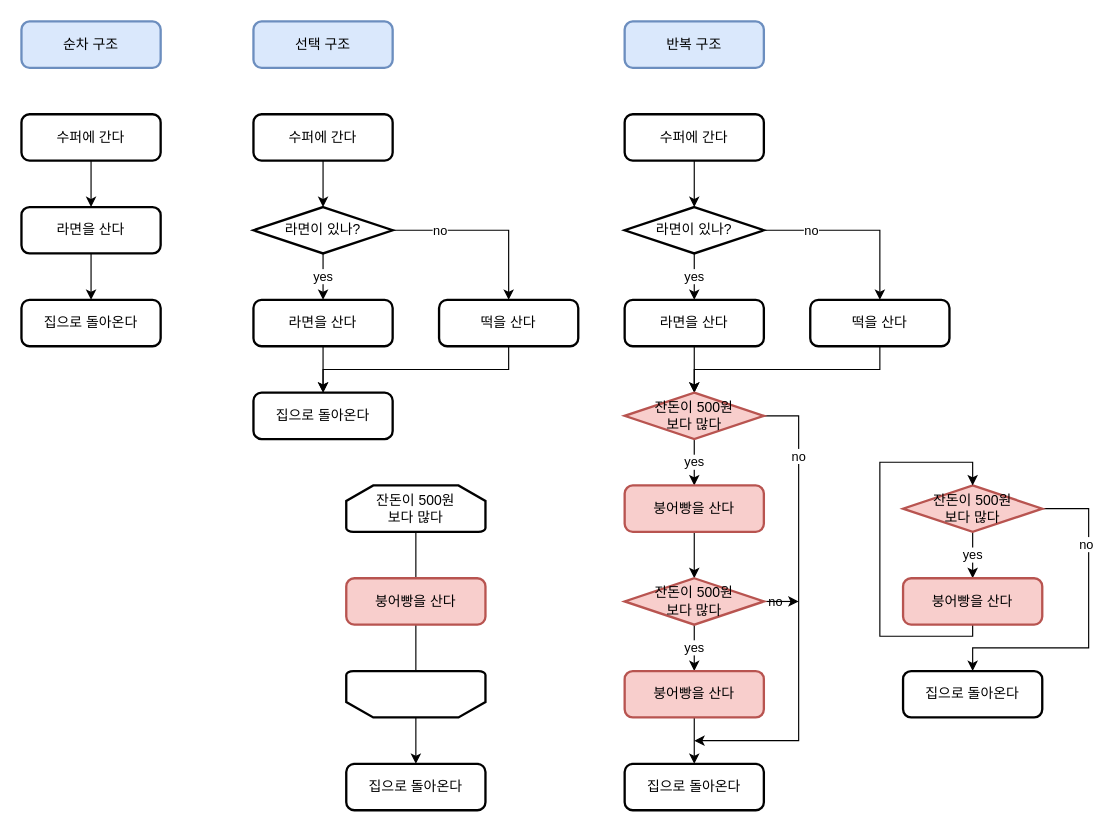
Earlier version of the draw.io diagram 순차선택반복.drawio (KimYunGyu2/ai). Source tidied: cells renumbered, new cells numbered last; positions are measured from the earlier drawing's top-left corner, leaving out a move shared by most shapes. Both pictures are drawn from the tidied source at 116%, with x=0, y=0 at pixel (21, 21).
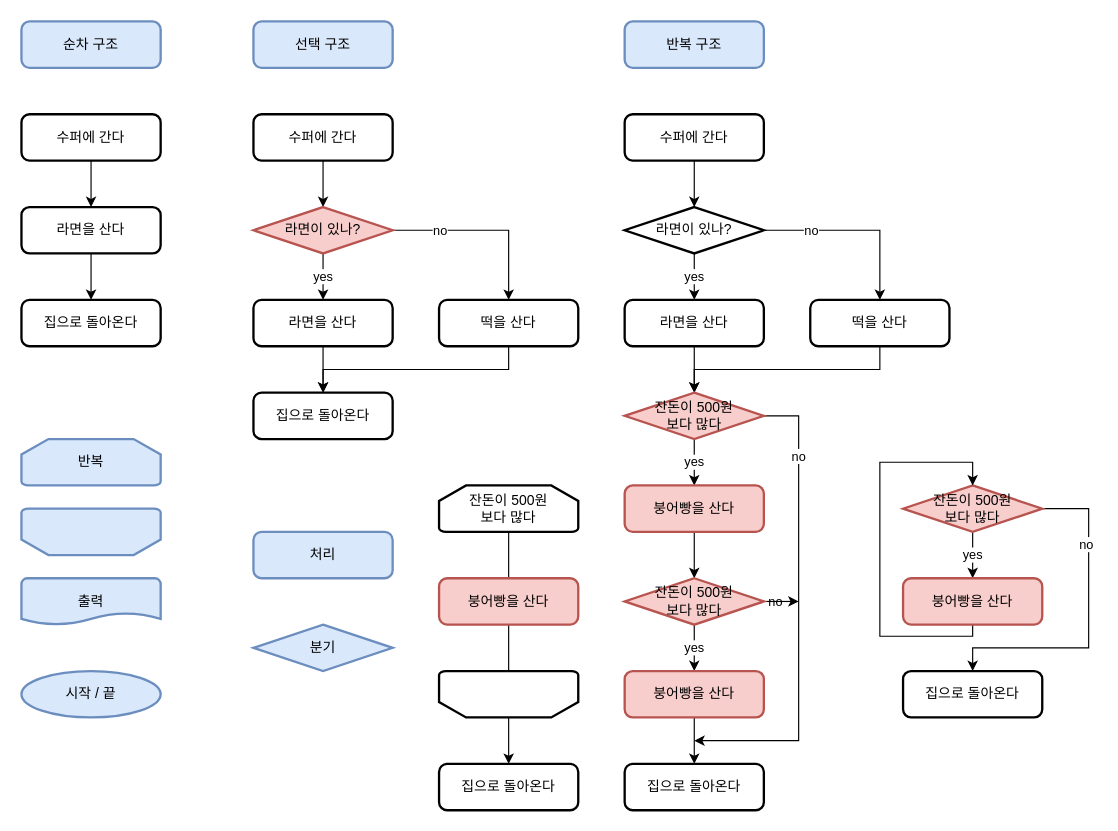
The same page after the edit.

What changed in the source:
```diff
@@
-    <mxCell id="17" value="라면이 있나?" style="strokeWidth=2;html=1;shape=mxgraph.flowchart.decision;whiteSpace=wrap;" parent="1" vertex="1">
+    <mxCell id="17" value="라면이 있나?" style="strokeWidth=2;html=1;shape=mxgraph.flowchart.decision;whiteSpace=wrap;fillColor=#f8cecc;strokeColor=#b85450;" parent="1" vertex="1">
       <mxGeometry x="200" y="160" width="120" height="40" as="geometry" />
     </mxCell>
@@
     <mxCell id="44" value="잔돈이 500원&lt;br&gt;보다 많다" style="strokeWidth=2;html=1;shape=mxgraph.flowchart.loop_limit;whiteSpace=wrap;" parent="1" vertex="1">
-      <mxGeometry x="280" y="400" width="120" height="40" as="geometry" />
+      <mxGeometry x="360" y="400" width="120" height="40" as="geometry" />
     </mxCell>
     <mxCell id="45" value="붕어빵을 산다" style="rounded=1;whiteSpace=wrap;html=1;absoluteArcSize=1;arcSize=14;strokeWidth=2;fillColor=#f8cecc;strokeColor=#b85450;" parent="1" vertex="1">
-      <mxGeometry x="280" y="480" width="120" height="40" as="geometry" />
+      <mxGeometry x="360" y="480" width="120" height="40" as="geometry" />
     </mxCell>
     <mxCell id="46" style="strokeWidth=2;html=1;shape=mxgraph.flowchart.loop_limit;whiteSpace=wrap;direction=west;" parent="1" vertex="1">
-      <mxGeometry x="280" y="560" width="120" height="40" as="geometry" />
+      <mxGeometry x="360" y="560" width="120" height="40" as="geometry" />
     </mxCell>
     <mxCell id="47" value="집으로 돌아온다" style="rounded=1;whiteSpace=wrap;html=1;absoluteArcSize=1;arcSize=14;strokeWidth=2;" parent="1" vertex="1">
-      <mxGeometry x="280" y="640" width="120" height="40" as="geometry" />
+      <mxGeometry x="360" y="640" width="120" height="40" as="geometry" />
     </mxCell>
@@
+    <mxCell id="55" value="처리" style="rounded=1;whiteSpace=wrap;html=1;absoluteArcSize=1;arcSize=14;strokeWidth=2;fillColor=#dae8fc;strokeColor=#6c8ebf;" parent="1" vertex="1">
+      <mxGeometry x="200" y="440" width="120" height="40" as="geometry" />
+    </mxCell>
+    <mxCell id="56" value="분기" style="strokeWidth=2;html=1;shape=mxgraph.flowchart.decision;whiteSpace=wrap;fillColor=#dae8fc;strokeColor=#6c8ebf;" parent="1" vertex="1">
+      <mxGeometry x="200" y="520" width="120" height="40" as="geometry" />
+    </mxCell>
+    <mxCell id="57" value="반복" style="strokeWidth=2;html=1;shape=mxgraph.flowchart.loop_limit;whiteSpace=wrap;fillColor=#dae8fc;strokeColor=#6c8ebf;" parent="1" vertex="1">
+      <mxGeometry y="360" width="120" height="40" as="geometry" />
+    </mxCell>
+    <mxCell id="58" value="출력" style="strokeWidth=2;html=1;shape=mxgraph.flowchart.document2;whiteSpace=wrap;size=0.25;fillColor=#dae8fc;strokeColor=#6c8ebf;" parent="1" vertex="1">
+      <mxGeometry y="480" width="120" height="40" as="geometry" />
+    </mxCell>
+    <mxCell id="59" value="시작 / 끝" style="strokeWidth=2;html=1;shape=mxgraph.flowchart.start_2;whiteSpace=wrap;fillColor=#dae8fc;strokeColor=#6c8ebf;" parent="1" vertex="1">
+      <mxGeometry y="560" width="120" height="40" as="geometry" />
+    </mxCell>
+    <mxCell id="60" style="strokeWidth=2;html=1;shape=mxgraph.flowchart.loop_limit;whiteSpace=wrap;fillColor=#dae8fc;strokeColor=#6c8ebf;rotation=-180;" parent="1" vertex="1">
+      <mxGeometry y="420" width="120" height="40" as="geometry" />
+    </mxCell>
```
